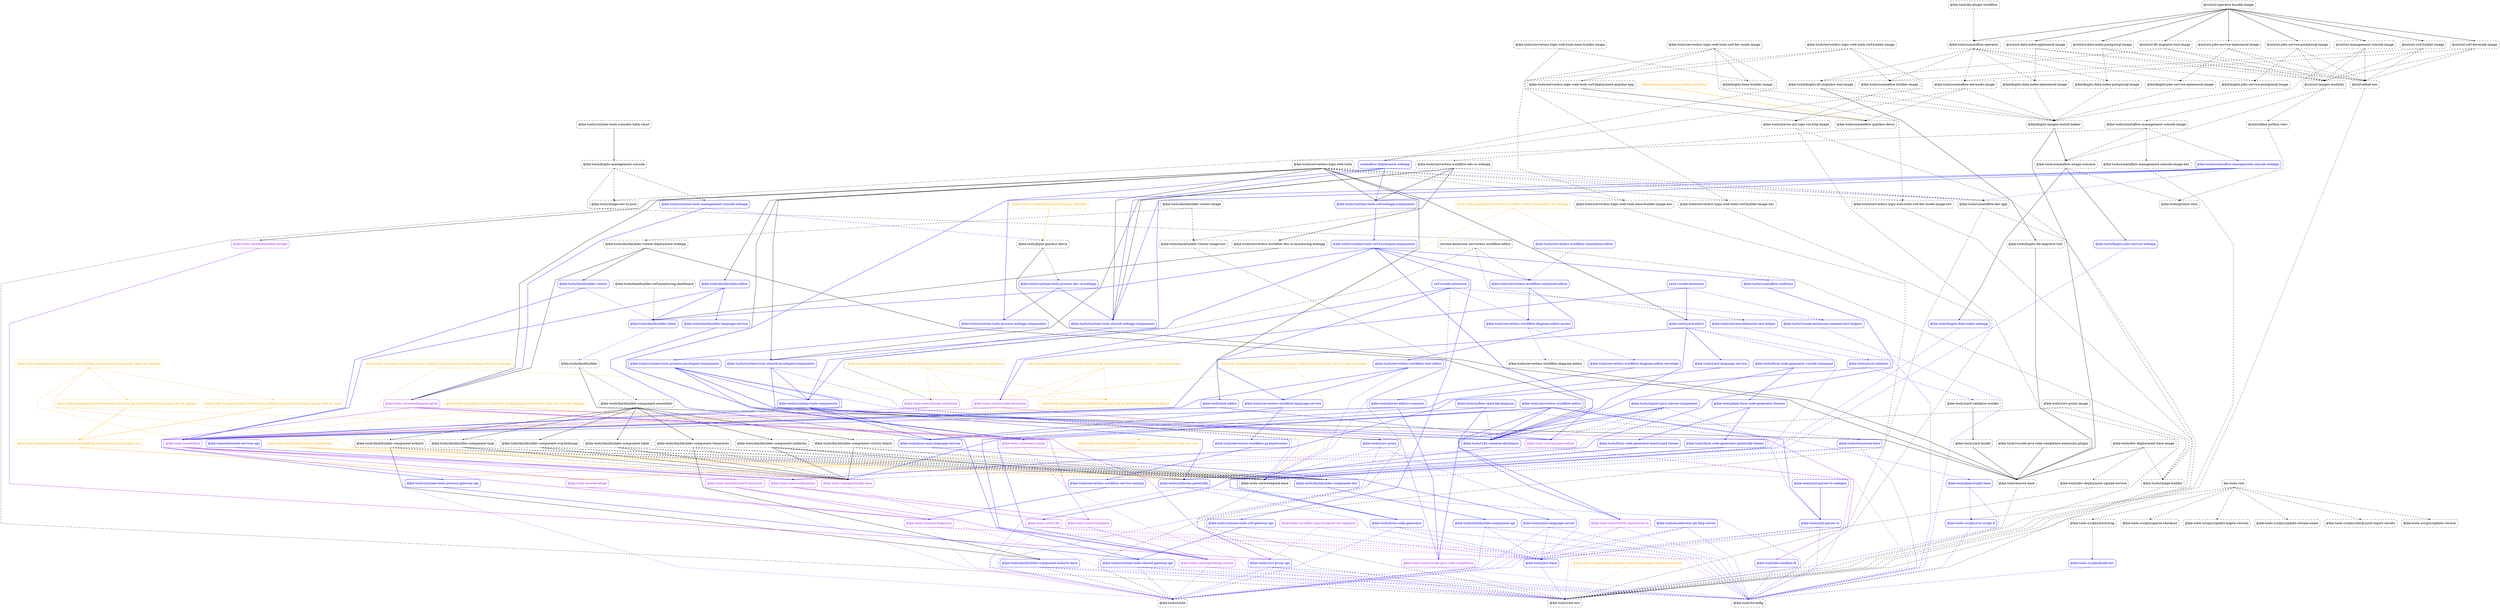
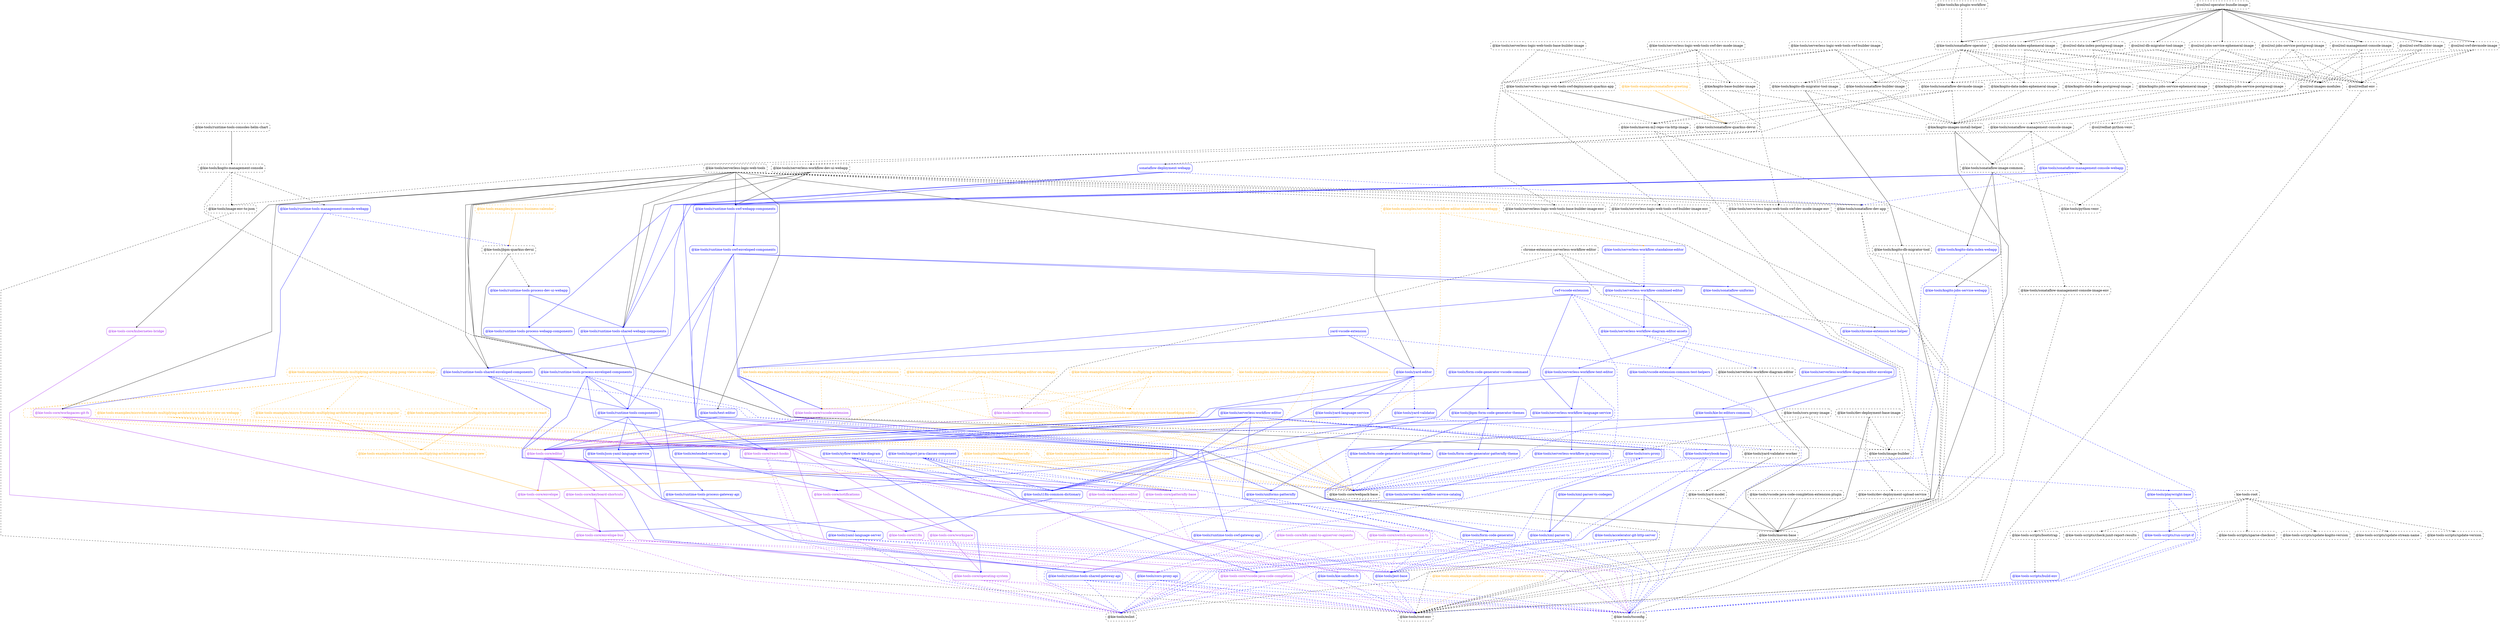
digraph G {
  graph [ ranksep =2, splines = "polyline", rankdir =TB, ordering = "out" ];
  node [ shape =box ];
  edge [ headport = "n", tailport = "s", arrowhead =dot, arrowsize =0.5 ];
  "kie-tools-root" [ color = "black", fontcolor = "black", style = "dashed, rounded" ];
  "@kie-tools-scripts/bootstrap" [ color = "black", fontcolor = "black", style = "dashed, rounded" ];
  "@kie-tools-scripts/check-junit-report-results" [ color = "black", fontcolor = "black", style = "dashed, rounded" ];
  "@kie-tools-scripts/run-script-if" [ color = "blue", fontcolor = "blue", style = "rounded" ];
  "@kie-tools-scripts/sparse-checkout" [ color = "black", fontcolor = "black", style = "dashed, rounded" ];
  "@kie-tools-scripts/update-kogito-version" [ color = "black", fontcolor = "black", style = "dashed, rounded" ];
  "@kie-tools-scripts/update-stream-name" [ color = "black", fontcolor = "black", style = "dashed, rounded" ];
  "@kie-tools-scripts/update-version" [ color = "black", fontcolor = "black", style = "dashed, rounded" ];
  "@kie-tools-examples/kie-sandbox-commit-message-validation-service" [ color = "orange", fontcolor = "orange", style = "dashed, rounded" ];
  "@kie-tools/root-env" [ color = "black", fontcolor = "black", style = "dashed, rounded" ];
  "@kie-tools-examples/micro-frontends-multiplying-architecture-base64png-editor" [ color = "orange", fontcolor = "orange", style = "dashed, rounded" ];
  "@kie-tools-core/editor" [ color = "purple", fontcolor = "purple", style = "rounded" ];
  "@kie-tools-examples/micro-frontends-multiplying-architecture-base64png-editor-chrome-extension" [ color = "orange", fontcolor = "orange", style = "dashed, rounded" ];
  "@kie-tools-core/chrome-extension" [ color = "purple", fontcolor = "purple", style = "rounded" ];
  "@kie-tools-core/webpack-base" [ color = "black", fontcolor = "black", style = "dashed, rounded" ];
  "@kie-tools-examples/micro-frontends-multiplying-architecture-base64png-editor-on-webapp" [ color = "orange", fontcolor = "orange", style = "dashed, rounded" ];
  "@kie-tools-core/react-hooks" [ color = "purple", fontcolor = "purple", style = "rounded" ];
  "kie-tools-examples-micro-frontends-multiplying-architecture-base64png-editor-vscode-extension" [ color = "orange", fontcolor = "orange", style = "dashed, rounded" ];
  "@kie-tools-core/vscode-extension" [ color = "purple", fontcolor = "purple", style = "rounded" ];
  "@kie-tools-examples/micro-frontends-multiplying-architecture-ping-pong-view" [ color = "orange", fontcolor = "orange", style = "dashed, rounded" ];
  "@kie-tools-core/envelope" [ color = "purple", fontcolor = "purple", style = "rounded" ];
  "@kie-tools-examples/micro-frontends-multiplying-architecture-ping-pong-view-in-angular" [ color = "orange", fontcolor = "orange", style = "dashed, rounded" ];
  "@kie-tools-examples/micro-frontends-multiplying-architecture-ping-pong-view-in-react" [ color = "orange", fontcolor = "orange", style = "dashed, rounded" ];
  "@kie-tools-examples/micro-frontends-multiplying-architecture-ping-pong-views-on-webapp" [ color = "orange", fontcolor = "orange", style = "dashed, rounded" ];
  "@kie-tools-examples/micro-frontends-multiplying-architecture-todo-list-view" [ color = "orange", fontcolor = "orange", style = "dashed, rounded" ];
  "@kie-tools-examples/micro-frontends-multiplying-architecture-todo-list-view-on-webapp" [ color = "orange", fontcolor = "orange", style = "dashed, rounded" ];
  "kie-tools-examples-micro-frontends-multiplying-architecture-todo-list-view-vscode-extension" [ color = "orange", fontcolor = "orange", style = "dashed, rounded" ];
  "@kie-tools-examples/process-business-calendar" [ color = "orange", fontcolor = "orange", style = "dashed, rounded" ];
  "@kie-tools/jbpm-quarkus-devui" [ color = "black", fontcolor = "black", style = "dashed, rounded" ];
  "@kie-tools-examples/serverless-workflow-editor-standalone-on-webapp" [ color = "orange", fontcolor = "orange", style = "dashed, rounded" ];
  "@kie-tools/serverless-workflow-standalone-editor" [ color = "blue", fontcolor = "blue", style = "rounded" ];
  "@kie-tools-examples/sonataflow-greeting" [ color = "orange", fontcolor = "orange", style = "dashed, rounded" ];
  "@kie-tools/sonataflow-quarkus-devui" [ color = "black", fontcolor = "black", style = "dashed, rounded" ];
  "@kie-tools-examples/uniforms-patternfly" [ color = "orange", fontcolor = "orange", style = "dashed, rounded" ];
  "@kie-tools-core/patternfly-base" [ color = "purple", fontcolor = "purple", style = "rounded" ];
  "@kie-tools/uniforms-patternfly" [ color = "blue", fontcolor = "blue", style = "rounded" ];
  "@kie-tools/accelerator-git-http-server" [ color = "blue", fontcolor = "blue", style = "rounded" ];
  "@kie-tools/eslint" [ color = "black", fontcolor = "black", style = "dashed, rounded" ];
  "@kie-tools/jest-base" [ color = "blue", fontcolor = "blue", style = "rounded" ];
  "@kie-tools/tsconfig" [ color = "black", fontcolor = "black", style = "dashed, rounded" ];
  "chrome-extension-serverless-workflow-editor" [ color = "black", fontcolor = "black", style = "dashed, rounded" ];
  "@kie-tools/chrome-extension-test-helper" [ color = "blue", fontcolor = "blue", style = "rounded" ];
  "@kie-tools/serverless-workflow-combined-editor" [ color = "blue", fontcolor = "blue", style = "rounded" ];
  "@kie-tools/cors-proxy" [ color = "blue", fontcolor = "blue", style = "rounded" ];
  "@kie-tools/cors-proxy-api" [ color = "blue", fontcolor = "blue", style = "rounded" ];
  "@kie-tools/cors-proxy-image" [ color = "black", fontcolor = "black", style = "dashed, rounded" ];
  "@kie-tools/image-builder" [ color = "black", fontcolor = "black", style = "dashed, rounded" ];
-   "@kie-tools/dashbuilder" [ color = "black", fontcolor = "black", style = "dashed, rounded" ];
+   "@kie-tools/dev-deployment-base-image" [ color = "black", fontcolor = "black", style = "dashed, rounded" ];
  "@kie-tools/maven-base" [ color = "black", fontcolor = "black", style = "dashed, rounded" ];
-   "@kie-tools/dashbuilder-component-assembler" [ color = "black", fontcolor = "black", style = "dashed, rounded" ];
-   "@kie-tools/dashbuilder-client" [ color = "blue", fontcolor = "blue", style = "rounded" ];
-   "@kie-tools/dashbuilder-component-api" [ color = "blue", fontcolor = "blue", style = "rounded" ];
-   "@kie-tools/dashbuilder-component-echarts" [ color = "black", fontcolor = "black", style = "dashed, rounded" ];
-   "@kie-tools/dashbuilder-component-map" [ color = "black", fontcolor = "black", style = "dashed, rounded" ];
-   "@kie-tools/dashbuilder-component-svg-heatmap" [ color = "black", fontcolor = "black", style = "dashed, rounded" ];
-   "@kie-tools/dashbuilder-component-table" [ color = "black", fontcolor = "black", style = "dashed, rounded" ];
-   "@kie-tools/dashbuilder-component-timeseries" [ color = "black", fontcolor = "black", style = "dashed, rounded" ];
-   "@kie-tools/dashbuilder-component-uniforms" [ color = "black", fontcolor = "black", style = "dashed, rounded" ];
-   "@kie-tools/dashbuilder-component-victory-charts" [ color = "black", fontcolor = "black", style = "dashed, rounded" ];
-   "@kie-tools/dashbuilder-component-dev" [ color = "blue", fontcolor = "blue", style = "rounded" ];
-   "@kie-tools/dashbuilder-component-echarts-base" [ color = "blue", fontcolor = "blue", style = "rounded" ];
-   "@kie-tools/dashbuilder-editor" [ color = "blue", fontcolor = "blue", style = "rounded" ];
-   "@kie-tools/dashbuilder-language-service" [ color = "blue", fontcolor = "blue", style = "rounded" ];
-   "@kie-tools/json-yaml-language-service" [ color = "blue", fontcolor = "blue", style = "rounded" ];
-   "@kie-tools/dashbuilder-swf-monitoring-dashboard" [ color = "black", fontcolor = "black", style = "dashed, rounded" ];
-   "@kie-tools/dashbuilder-viewer" [ color = "blue", fontcolor = "blue", style = "rounded" ];
-   "@kie-tools/dashbuilder-viewer-deployment-webapp" [ color = "black", fontcolor = "black", style = "dashed, rounded" ];
-   "@kie-tools-core/workspaces-git-fs" [ color = "purple", fontcolor = "purple", style = "rounded" ];
-   "@kie-tools/i18n-common-dictionary" [ color = "blue", fontcolor = "blue", style = "rounded" ];
-   "@kie-tools/dashbuilder-viewer-image" [ color = "black", fontcolor = "black", style = "dashed, rounded" ];
-   "@kie-tools/dashbuilder-viewer-image-env" [ color = "black", fontcolor = "black", style = "dashed, rounded" ];
-   "@kie-tools/dev-deployment-base-image" [ color = "black", fontcolor = "black", style = "dashed, rounded" ];
  "@kie-tools/dev-deployment-upload-service" [ color = "black", fontcolor = "black", style = "dashed, rounded" ];
  "@kie-tools-core/keyboard-shortcuts" [ color = "purple", fontcolor = "purple", style = "rounded" ];
  "@kie-tools-core/notifications" [ color = "purple", fontcolor = "purple", style = "rounded" ];
  "@kie-tools-core/envelope-bus" [ color = "purple", fontcolor = "purple", style = "rounded" ];
  "@kie-tools/extended-services-api" [ color = "blue", fontcolor = "blue", style = "rounded" ];
  "@kie-tools/form-code-generator" [ color = "blue", fontcolor = "blue", style = "rounded" ];
  "@kie-tools/form-code-generator-bootstrap4-theme" [ color = "blue", fontcolor = "blue", style = "rounded" ];
  "@kie-tools/form-code-generator-patternfly-theme" [ color = "blue", fontcolor = "blue", style = "rounded" ];
  "@kie-tools/form-code-generator-vscode-command" [ color = "blue", fontcolor = "blue", style = "rounded" ];
+   "@kie-tools/i18n-common-dictionary" [ color = "blue", fontcolor = "blue", style = "rounded" ];
  "@kie-tools/jbpm-form-code-generator-themes" [ color = "blue", fontcolor = "blue", style = "rounded" ];
  "@kie-tools-core/i18n" [ color = "purple", fontcolor = "purple", style = "rounded" ];
  "@kie-tools/image-env-to-json" [ color = "black", fontcolor = "black", style = "dashed, rounded" ];
  "@kie-tools/import-java-classes-component" [ color = "blue", fontcolor = "blue", style = "rounded" ];
  "@kie-tools-core/vscode-java-code-completion" [ color = "purple", fontcolor = "purple", style = "rounded" ];
  "@kie-tools-core/monaco-editor" [ color = "purple", fontcolor = "purple", style = "rounded" ];
  "@kie-tools/runtime-tools-process-dev-ui-webapp" [ color = "blue", fontcolor = "blue", style = "rounded" ];
+   "@kie-tools/json-yaml-language-service" [ color = "blue", fontcolor = "blue", style = "rounded" ];
  "@kie-tools/yaml-language-server" [ color = "blue", fontcolor = "blue", style = "rounded" ];
  "@kie-tools-core/k8s-yaml-to-apiserver-requests" [ color = "purple", fontcolor = "purple", style = "rounded" ];
  "@kie-tools-core/operating-system" [ color = "purple", fontcolor = "purple", style = "rounded" ];
  "@kie-tools/kie-bc-editors-common" [ color = "blue", fontcolor = "blue", style = "rounded" ];
  "@kie-tools/kie-sandbox-fs" [ color = "blue", fontcolor = "blue", style = "rounded" ];
  "@kie-tools/kn-plugin-workflow" [ color = "black", fontcolor = "black", style = "dashed, rounded" ];
  "@kie-tools/sonataflow-operator" [ color = "black", fontcolor = "black", style = "dashed, rounded" ];
  "@kie/kogito-base-builder-image" [ color = "black", fontcolor = "black", style = "dashed, rounded" ];
  "@kie/kogito-images-install-helper" [ color = "black", fontcolor = "black", style = "dashed, rounded" ];
  "@kie/kogito-data-index-ephemeral-image" [ color = "black", fontcolor = "black", style = "dashed, rounded" ];
  "@kie/kogito-data-index-postgresql-image" [ color = "black", fontcolor = "black", style = "dashed, rounded" ];
  "@kie-tools/kogito-data-index-webapp" [ color = "blue", fontcolor = "blue", style = "rounded" ];
  "@kie-tools/kogito-db-migrator-tool" [ color = "black", fontcolor = "black", style = "dashed, rounded" ];
  "@kie-tools/kogito-db-migrator-tool-image" [ color = "black", fontcolor = "black", style = "dashed, rounded" ];
  "@kie-tools/sonataflow-image-common" [ color = "black", fontcolor = "black", style = "dashed, rounded" ];
  "@kie/kogito-jobs-service-ephemeral-image" [ color = "black", fontcolor = "black", style = "dashed, rounded" ];
  "@kie/kogito-jobs-service-postgresql-image" [ color = "black", fontcolor = "black", style = "dashed, rounded" ];
  "@kie-tools/kogito-jobs-service-webapp" [ color = "blue", fontcolor = "blue", style = "rounded" ];
  "@kie-tools/kogito-management-console" [ color = "black", fontcolor = "black", style = "dashed, rounded" ];
  "@kie-tools/runtime-tools-management-console-webapp" [ color = "blue", fontcolor = "blue", style = "rounded" ];
  "@kie-tools-core/kubernetes-bridge" [ color = "purple", fontcolor = "purple", style = "rounded" ];
  "@kie-tools/maven-m2-repo-via-http-image" [ color = "black", fontcolor = "black", style = "dashed, rounded" ];
  "@kie-tools-core/workspace" [ color = "purple", fontcolor = "purple", style = "rounded" ];
  "@osl/osl-data-index-ephemeral-image" [ color = "black", fontcolor = "black", style = "dashed, rounded" ];
  "@osl/osl-images-modules" [ color = "black", fontcolor = "black", style = "dashed, rounded" ];
  "@osl/redhat-env" [ color = "black", fontcolor = "black", style = "dashed, rounded" ];
  "@osl/osl-data-index-postgresql-image" [ color = "black", fontcolor = "black", style = "dashed, rounded" ];
  "@osl/osl-db-migrator-tool-image" [ color = "black", fontcolor = "black", style = "dashed, rounded" ];
  "@osl/redhat-python-venv" [ color = "black", fontcolor = "black", style = "dashed, rounded" ];
  "@osl/osl-jobs-service-ephemeral-image" [ color = "black", fontcolor = "black", style = "dashed, rounded" ];
  "@osl/osl-jobs-service-postgresql-image" [ color = "black", fontcolor = "black", style = "dashed, rounded" ];
  "@osl/osl-management-console-image" [ color = "black", fontcolor = "black", style = "dashed, rounded" ];
  "@kie-tools/sonataflow-management-console-image" [ color = "black", fontcolor = "black", style = "dashed, rounded" ];
  "@osl/osl-operator-bundle-image" [ color = "black", fontcolor = "black", style = "dashed, rounded" ];
  "@osl/osl-swf-builder-image" [ color = "black", fontcolor = "black", style = "dashed, rounded" ];
  "@osl/osl-swf-devmode-image" [ color = "black", fontcolor = "black", style = "dashed, rounded" ];
  "@kie-tools/sonataflow-builder-image" [ color = "black", fontcolor = "black", style = "dashed, rounded" ];
  "@kie-tools/sonataflow-devmode-image" [ color = "black", fontcolor = "black", style = "dashed, rounded" ];
  "@kie-tools/playwright-base" [ color = "blue", fontcolor = "blue", style = "rounded" ];
  "@kie-tools/python-venv" [ color = "black", fontcolor = "black", style = "dashed, rounded" ];
  "@kie-tools/runtime-tools-components" [ color = "blue", fontcolor = "blue", style = "rounded" ];
  "@kie-tools/runtime-tools-shared-gateway-api" [ color = "blue", fontcolor = "blue", style = "rounded" ];
  "@kie-tools/runtime-tools-consoles-helm-chart" [ color = "black", fontcolor = "black", style = "dashed, rounded" ];
+   "@kie-tools-core/workspaces-git-fs" [ color = "purple", fontcolor = "purple", style = "rounded" ];
  "@kie-tools/runtime-tools-process-webapp-components" [ color = "blue", fontcolor = "blue", style = "rounded" ];
  "@kie-tools/runtime-tools-shared-webapp-components" [ color = "blue", fontcolor = "blue", style = "rounded" ];
  "@kie-tools/runtime-tools-process-enveloped-components" [ color = "blue", fontcolor = "blue", style = "rounded" ];
  "@kie-tools/runtime-tools-process-gateway-api" [ color = "blue", fontcolor = "blue", style = "rounded" ];
  "@kie-tools/runtime-tools-shared-enveloped-components" [ color = "blue", fontcolor = "blue", style = "rounded" ];
  "@kie-tools/runtime-tools-swf-enveloped-components" [ color = "blue", fontcolor = "blue", style = "rounded" ];
  "@kie-tools/runtime-tools-swf-gateway-api" [ color = "blue", fontcolor = "blue", style = "rounded" ];
  "@kie-tools/sonataflow-uniforms" [ color = "blue", fontcolor = "blue", style = "rounded" ];
  "@kie-tools/runtime-tools-swf-webapp-components" [ color = "blue", fontcolor = "blue", style = "rounded" ];
  "@kie-tools/serverless-logic-web-tools" [ color = "black", fontcolor = "black", style = "dashed, rounded" ];
  "@kie-tools/text-editor" [ color = "blue", fontcolor = "blue", style = "rounded" ];
  "@kie-tools/yard-editor" [ color = "blue", fontcolor = "blue", style = "rounded" ];
  "@kie-tools/serverless-logic-web-tools-base-builder-image-env" [ color = "black", fontcolor = "black", style = "dashed, rounded" ];
  "@kie-tools/serverless-logic-web-tools-swf-builder-image-env" [ color = "black", fontcolor = "black", style = "dashed, rounded" ];
  "@kie-tools/serverless-logic-web-tools-swf-dev-mode-image-env" [ color = "black", fontcolor = "black", style = "dashed, rounded" ];
  "@kie-tools/sonataflow-dev-app" [ color = "black", fontcolor = "black", style = "dashed, rounded" ];
  "@kie-tools/serverless-logic-web-tools-base-builder-image" [ color = "black", fontcolor = "black", style = "dashed, rounded" ];
  "@kie-tools/serverless-logic-web-tools-swf-builder-image" [ color = "black", fontcolor = "black", style = "dashed, rounded" ];
  "@kie-tools/serverless-logic-web-tools-swf-deployment-quarkus-app" [ color = "black", fontcolor = "black", style = "dashed, rounded" ];
  "sonataflow-deployment-webapp" [ color = "blue", fontcolor = "blue", style = "rounded" ];
  "@kie-tools/serverless-logic-web-tools-swf-dev-mode-image" [ color = "black", fontcolor = "black", style = "dashed, rounded" ];
  "@kie-tools/serverless-workflow-diagram-editor-assets" [ color = "blue", fontcolor = "blue", style = "rounded" ];
  "@kie-tools/serverless-workflow-text-editor" [ color = "blue", fontcolor = "blue", style = "rounded" ];
-   "@kie-tools/serverless-workflow-dev-ui-monitoring-webapp" [ color = "black", fontcolor = "black", style = "dashed, rounded" ];
  "@kie-tools/serverless-workflow-dev-ui-webapp" [ color = "black", fontcolor = "black", style = "dashed, rounded" ];
  "@kie-tools/serverless-workflow-diagram-editor" [ color = "black", fontcolor = "black", style = "dashed, rounded" ];
  "@kie-tools/serverless-workflow-diagram-editor-envelope" [ color = "blue", fontcolor = "blue", style = "rounded" ];
  "@kie-tools/serverless-workflow-editor" [ color = "blue", fontcolor = "blue", style = "rounded" ];
  "@kie-tools-core/switch-expression-ts" [ color = "purple", fontcolor = "purple", style = "rounded" ];
  "@kie-tools/xml-parser-ts" [ color = "blue", fontcolor = "blue", style = "rounded" ];
  "@kie-tools/storybook-base" [ color = "blue", fontcolor = "blue", style = "rounded" ];
  "@kie-tools/serverless-workflow-jq-expressions" [ color = "blue", fontcolor = "blue", style = "rounded" ];
  "@kie-tools/serverless-workflow-service-catalog" [ color = "blue", fontcolor = "blue", style = "rounded" ];
  "@kie-tools/serverless-workflow-language-service" [ color = "blue", fontcolor = "blue", style = "rounded" ];
  "swf-vscode-extension" [ color = "blue", fontcolor = "blue", style = "rounded" ];
  "@kie-tools/vscode-extension-common-test-helpers" [ color = "blue", fontcolor = "blue", style = "rounded" ];
  "@kie-tools/sonataflow-management-console-image-env" [ color = "black", fontcolor = "black", style = "dashed, rounded" ];
  "@kie-tools/sonataflow-management-console-webapp" [ color = "blue", fontcolor = "blue", style = "rounded" ];
  "@kie-tools/vscode-java-code-completion-extension-plugin" [ color = "black", fontcolor = "black", style = "dashed, rounded" ];
  "@kie-tools/xml-parser-ts-codegen" [ color = "blue", fontcolor = "blue", style = "rounded" ];
  "@kie-tools/xyflow-react-kie-diagram" [ color = "blue", fontcolor = "blue", style = "rounded" ];
  "@kie-tools/yard-language-service" [ color = "blue", fontcolor = "blue", style = "rounded" ];
  "@kie-tools/yard-validator" [ color = "blue", fontcolor = "blue", style = "rounded" ];
  "@kie-tools/yard-model" [ color = "black", fontcolor = "black", style = "dashed, rounded" ];
  "@kie-tools/yard-validator-worker" [ color = "black", fontcolor = "black", style = "dashed, rounded" ];
  "yard-vscode-extension" [ color = "blue", fontcolor = "blue", style = "rounded" ];
  "@kie-tools-scripts/build-env" [ color = "blue", fontcolor = "blue", style = "rounded" ];
  "kie-tools-root" -> "@kie-tools-scripts/bootstrap" [ style = "dashed", color = "black" ];
  "kie-tools-root" -> "@kie-tools-scripts/check-junit-report-results" [ style = "dashed", color = "black" ];
  "kie-tools-root" -> "@kie-tools-scripts/run-script-if" [ style = "dashed", color = "black" ];
  "kie-tools-root" -> "@kie-tools-scripts/sparse-checkout" [ style = "dashed", color = "black" ];
  "kie-tools-root" -> "@kie-tools-scripts/update-kogito-version" [ style = "dashed", color = "black" ];
  "kie-tools-root" -> "@kie-tools-scripts/update-stream-name" [ style = "dashed", color = "black" ];
  "kie-tools-root" -> "@kie-tools-scripts/update-version" [ style = "dashed", color = "black" ];
  "@kie-tools-examples/kie-sandbox-commit-message-validation-service" -> "@kie-tools/root-env" [ style = "dashed", color = "orange" ];
  "@kie-tools-examples/micro-frontends-multiplying-architecture-base64png-editor" -> "@kie-tools-core/editor" [ style = "solid", color = "orange" ];
  "@kie-tools-examples/micro-frontends-multiplying-architecture-base64png-editor-chrome-extension" -> "@kie-tools-core/chrome-extension" [ style = "dashed", color = "orange" ];
  "@kie-tools-examples/micro-frontends-multiplying-architecture-base64png-editor-chrome-extension" -> "@kie-tools-core/webpack-base" [ style = "dashed", color = "orange" ];
  "@kie-tools-examples/micro-frontends-multiplying-architecture-base64png-editor-chrome-extension" -> "@kie-tools-examples/micro-frontends-multiplying-architecture-base64png-editor" [ style = "dashed", color = "orange" ];
  "@kie-tools-examples/micro-frontends-multiplying-architecture-base64png-editor-on-webapp" -> "@kie-tools-core/react-hooks" [ style = "dashed", color = "orange" ];
  "@kie-tools-examples/micro-frontends-multiplying-architecture-base64png-editor-on-webapp" -> "@kie-tools-core/webpack-base" [ style = "dashed", color = "orange" ];
  "@kie-tools-examples/micro-frontends-multiplying-architecture-base64png-editor-on-webapp" -> "@kie-tools-examples/micro-frontends-multiplying-architecture-base64png-editor" [ style = "dashed", color = "orange" ];
  "kie-tools-examples-micro-frontends-multiplying-architecture-base64png-editor-vscode-extension" -> "@kie-tools-core/vscode-extension" [ style = "dashed", color = "orange" ];
  "kie-tools-examples-micro-frontends-multiplying-architecture-base64png-editor-vscode-extension" -> "@kie-tools-core/webpack-base" [ style = "dashed", color = "orange" ];
  "kie-tools-examples-micro-frontends-multiplying-architecture-base64png-editor-vscode-extension" -> "@kie-tools-examples/micro-frontends-multiplying-architecture-base64png-editor" [ style = "dashed", color = "orange" ];
  "@kie-tools-examples/micro-frontends-multiplying-architecture-ping-pong-view" -> "@kie-tools-core/envelope" [ style = "solid", color = "orange" ];
  "@kie-tools-examples/micro-frontends-multiplying-architecture-ping-pong-view-in-angular" -> "@kie-tools-examples/micro-frontends-multiplying-architecture-ping-pong-view" [ style = "solid", color = "orange" ];
  "@kie-tools-examples/micro-frontends-multiplying-architecture-ping-pong-view-in-react" -> "@kie-tools-examples/micro-frontends-multiplying-architecture-ping-pong-view" [ style = "solid", color = "orange" ];
  "@kie-tools-examples/micro-frontends-multiplying-architecture-ping-pong-views-on-webapp" -> "@kie-tools-core/editor" [ style = "dashed", color = "orange" ];
  "@kie-tools-examples/micro-frontends-multiplying-architecture-ping-pong-views-on-webapp" -> "@kie-tools-core/react-hooks" [ style = "dashed", color = "orange" ];
  "@kie-tools-examples/micro-frontends-multiplying-architecture-ping-pong-views-on-webapp" -> "@kie-tools-core/webpack-base" [ style = "dashed", color = "orange" ];
  "@kie-tools-examples/micro-frontends-multiplying-architecture-ping-pong-views-on-webapp" -> "@kie-tools-examples/micro-frontends-multiplying-architecture-ping-pong-view-in-angular" [ style = "dashed", color = "orange" ];
  "@kie-tools-examples/micro-frontends-multiplying-architecture-ping-pong-views-on-webapp" -> "@kie-tools-examples/micro-frontends-multiplying-architecture-ping-pong-view-in-react" [ style = "dashed", color = "orange" ];
  "@kie-tools-examples/micro-frontends-multiplying-architecture-todo-list-view" -> "@kie-tools-core/envelope" [ style = "solid", color = "orange" ];
  "@kie-tools-examples/micro-frontends-multiplying-architecture-todo-list-view-on-webapp" -> "@kie-tools-core/editor" [ style = "dashed", color = "orange" ];
  "@kie-tools-examples/micro-frontends-multiplying-architecture-todo-list-view-on-webapp" -> "@kie-tools-core/react-hooks" [ style = "dashed", color = "orange" ];
  "@kie-tools-examples/micro-frontends-multiplying-architecture-todo-list-view-on-webapp" -> "@kie-tools-core/webpack-base" [ style = "dashed", color = "orange" ];
  "@kie-tools-examples/micro-frontends-multiplying-architecture-todo-list-view-on-webapp" -> "@kie-tools-examples/micro-frontends-multiplying-architecture-todo-list-view" [ style = "dashed", color = "orange" ];
  "kie-tools-examples-micro-frontends-multiplying-architecture-todo-list-view-vscode-extension" -> "@kie-tools-core/vscode-extension" [ style = "dashed", color = "orange" ];
  "kie-tools-examples-micro-frontends-multiplying-architecture-todo-list-view-vscode-extension" -> "@kie-tools-core/webpack-base" [ style = "dashed", color = "orange" ];
  "kie-tools-examples-micro-frontends-multiplying-architecture-todo-list-view-vscode-extension" -> "@kie-tools-examples/micro-frontends-multiplying-architecture-todo-list-view" [ style = "dashed", color = "orange" ];
  "@kie-tools-examples/process-business-calendar" -> "@kie-tools/jbpm-quarkus-devui" [ style = "solid", color = "orange" ];
  "@kie-tools-examples/serverless-workflow-editor-standalone-on-webapp" -> "@kie-tools-core/react-hooks" [ style = "dashed", color = "orange" ];
  "@kie-tools-examples/serverless-workflow-editor-standalone-on-webapp" -> "@kie-tools/serverless-workflow-standalone-editor" [ style = "dashed", color = "orange" ];
  "@kie-tools-examples/sonataflow-greeting" -> "@kie-tools/sonataflow-quarkus-devui" [ style = "solid", color = "orange" ];
  "@kie-tools-examples/uniforms-patternfly" -> "@kie-tools-core/patternfly-base" [ style = "solid", color = "orange" ];
  "@kie-tools-examples/uniforms-patternfly" -> "@kie-tools/uniforms-patternfly" [ style = "solid", color = "orange" ];
  "@kie-tools-examples/uniforms-patternfly" -> "@kie-tools-core/webpack-base" [ style = "dashed", color = "orange" ];
  "@kie-tools/accelerator-git-http-server" -> "@kie-tools/eslint" [ style = "dashed", color = "blue" ];
  "@kie-tools/accelerator-git-http-server" -> "@kie-tools/jest-base" [ style = "dashed", color = "blue" ];
  "@kie-tools/accelerator-git-http-server" -> "@kie-tools/tsconfig" [ style = "dashed", color = "blue" ];
  "@kie-tools-core/chrome-extension" -> "@kie-tools-core/editor" [ style = "solid", color = "purple" ];
  "chrome-extension-serverless-workflow-editor" -> "@kie-tools-core/chrome-extension" [ style = "dashed", color = "black" ];
  "chrome-extension-serverless-workflow-editor" -> "@kie-tools/chrome-extension-test-helper" [ style = "dashed", color = "black" ];
  "chrome-extension-serverless-workflow-editor" -> "@kie-tools/serverless-workflow-combined-editor" [ style = "dashed", color = "black" ];
  "@kie-tools/chrome-extension-test-helper" -> "@kie-tools/tsconfig" [ style = "dashed", color = "blue" ];
  "@kie-tools/cors-proxy" -> "@kie-tools-core/webpack-base" [ style = "dashed", color = "blue" ];
  "@kie-tools/cors-proxy" -> "@kie-tools/cors-proxy-api" [ style = "dashed", color = "blue" ];
  "@kie-tools/cors-proxy" -> "@kie-tools/jest-base" [ style = "dashed", color = "blue" ];
  "@kie-tools/cors-proxy-api" -> "@kie-tools/eslint" [ style = "dashed", color = "blue" ];
  "@kie-tools/cors-proxy-api" -> "@kie-tools/root-env" [ style = "dashed", color = "blue" ];
  "@kie-tools/cors-proxy-api" -> "@kie-tools/tsconfig" [ style = "dashed", color = "blue" ];
  "@kie-tools/cors-proxy-image" -> "@kie-tools/cors-proxy" [ style = "dashed", color = "black" ];
  "@kie-tools/cors-proxy-image" -> "@kie-tools/image-builder" [ style = "dashed", color = "black" ];
-   "@kie-tools/dashbuilder" -> "@kie-tools/maven-base" [ style = "solid", color = "black" ];
-   "@kie-tools/dashbuilder" -> "@kie-tools/dashbuilder-component-assembler" [ style = "dashed", color = "black" ];
-   "@kie-tools/dashbuilder-client" -> "@kie-tools/dashbuilder" [ style = "dashed", color = "blue" ];
-   "@kie-tools/dashbuilder-component-api" -> "@kie-tools/eslint" [ style = "dashed", color = "blue" ];
-   "@kie-tools/dashbuilder-component-api" -> "@kie-tools/jest-base" [ style = "dashed", color = "blue" ];
-   "@kie-tools/dashbuilder-component-api" -> "@kie-tools/tsconfig" [ style = "dashed", color = "blue" ];
-   "@kie-tools/dashbuilder-component-assembler" -> "@kie-tools/dashbuilder-component-echarts" [ style = "solid", color = "black" ];
-   "@kie-tools/dashbuilder-component-assembler" -> "@kie-tools/dashbuilder-component-map" [ style = "solid", color = "black" ];
-   "@kie-tools/dashbuilder-component-assembler" -> "@kie-tools/dashbuilder-component-svg-heatmap" [ style = "solid", color = "black" ];
-   "@kie-tools/dashbuilder-component-assembler" -> "@kie-tools/dashbuilder-component-table" [ style = "solid", color = "black" ];
-   "@kie-tools/dashbuilder-component-assembler" -> "@kie-tools/dashbuilder-component-timeseries" [ style = "solid", color = "black" ];
-   "@kie-tools/dashbuilder-component-assembler" -> "@kie-tools/dashbuilder-component-uniforms" [ style = "solid", color = "black" ];
-   "@kie-tools/dashbuilder-component-assembler" -> "@kie-tools/dashbuilder-component-victory-charts" [ style = "solid", color = "black" ];
-   "@kie-tools/dashbuilder-component-dev" -> "@kie-tools/dashbuilder-component-api" [ style = "solid", color = "blue" ];
-   "@kie-tools/dashbuilder-component-echarts" -> "@kie-tools/dashbuilder-component-echarts-base" [ style = "solid", color = "black" ];
-   "@kie-tools/dashbuilder-component-echarts" -> "@kie-tools-core/patternfly-base" [ style = "dashed", color = "black" ];
-   "@kie-tools/dashbuilder-component-echarts" -> "@kie-tools-core/webpack-base" [ style = "dashed", color = "black" ];
-   "@kie-tools/dashbuilder-component-echarts" -> "@kie-tools/dashbuilder-component-dev" [ style = "dashed", color = "black" ];
-   "@kie-tools/dashbuilder-component-echarts-base" -> "@kie-tools/eslint" [ style = "dashed", color = "blue" ];
-   "@kie-tools/dashbuilder-component-echarts-base" -> "@kie-tools/root-env" [ style = "dashed", color = "blue" ];
-   "@kie-tools/dashbuilder-component-echarts-base" -> "@kie-tools/tsconfig" [ style = "dashed", color = "blue" ];
-   "@kie-tools/dashbuilder-component-map" -> "@kie-tools-core/patternfly-base" [ style = "solid", color = "black" ];
-   "@kie-tools/dashbuilder-component-map" -> "@kie-tools-core/webpack-base" [ style = "dashed", color = "black" ];
-   "@kie-tools/dashbuilder-component-map" -> "@kie-tools/dashbuilder-component-dev" [ style = "dashed", color = "black" ];
-   "@kie-tools/dashbuilder-component-svg-heatmap" -> "@kie-tools-core/patternfly-base" [ style = "solid", color = "black" ];
-   "@kie-tools/dashbuilder-component-svg-heatmap" -> "@kie-tools-core/webpack-base" [ style = "dashed", color = "black" ];
-   "@kie-tools/dashbuilder-component-svg-heatmap" -> "@kie-tools/dashbuilder-component-dev" [ style = "dashed", color = "black" ];
-   "@kie-tools/dashbuilder-component-table" -> "@kie-tools-core/patternfly-base" [ style = "solid", color = "black" ];
-   "@kie-tools/dashbuilder-component-table" -> "@kie-tools-core/webpack-base" [ style = "dashed", color = "black" ];
-   "@kie-tools/dashbuilder-component-table" -> "@kie-tools/dashbuilder-component-dev" [ style = "dashed", color = "black" ];
-   "@kie-tools/dashbuilder-component-timeseries" -> "@kie-tools/dashbuilder-component-echarts-base" [ style = "solid", color = "black" ];
-   "@kie-tools/dashbuilder-component-timeseries" -> "@kie-tools-core/patternfly-base" [ style = "dashed", color = "black" ];
-   "@kie-tools/dashbuilder-component-timeseries" -> "@kie-tools-core/webpack-base" [ style = "dashed", color = "black" ];
-   "@kie-tools/dashbuilder-component-timeseries" -> "@kie-tools/dashbuilder-component-dev" [ style = "dashed", color = "black" ];
-   "@kie-tools/dashbuilder-component-uniforms" -> "@kie-tools-core/patternfly-base" [ style = "solid", color = "black" ];
-   "@kie-tools/dashbuilder-component-uniforms" -> "@kie-tools/uniforms-patternfly" [ style = "solid", color = "black" ];
-   "@kie-tools/dashbuilder-component-uniforms" -> "@kie-tools-core/webpack-base" [ style = "dashed", color = "black" ];
-   "@kie-tools/dashbuilder-component-uniforms" -> "@kie-tools/dashbuilder-component-dev" [ style = "dashed", color = "black" ];
-   "@kie-tools/dashbuilder-component-victory-charts" -> "@kie-tools-core/patternfly-base" [ style = "solid", color = "black" ];
-   "@kie-tools/dashbuilder-component-victory-charts" -> "@kie-tools-core/webpack-base" [ style = "dashed", color = "black" ];
-   "@kie-tools/dashbuilder-component-victory-charts" -> "@kie-tools/dashbuilder-component-dev" [ style = "dashed", color = "black" ];
-   "@kie-tools/dashbuilder-editor" -> "@kie-tools-core/editor" [ style = "solid", color = "blue" ];
-   "@kie-tools/dashbuilder-editor" -> "@kie-tools/dashbuilder-client" [ style = "solid", color = "blue" ];
-   "@kie-tools/dashbuilder-editor" -> "@kie-tools/dashbuilder-language-service" [ style = "solid", color = "blue" ];
-   "@kie-tools/dashbuilder-language-service" -> "@kie-tools/json-yaml-language-service" [ style = "solid", color = "blue" ];
-   "@kie-tools/dashbuilder-swf-monitoring-dashboard" -> "@kie-tools/dashbuilder-client" [ style = "dashed", color = "black" ];
-   "@kie-tools/dashbuilder-viewer" -> "@kie-tools-core/editor" [ style = "solid", color = "blue" ];
-   "@kie-tools/dashbuilder-viewer" -> "@kie-tools/dashbuilder-client" [ style = "dashed", color = "blue" ];
-   "@kie-tools/dashbuilder-viewer-deployment-webapp" -> "@kie-tools-core/workspaces-git-fs" [ style = "solid", color = "black" ];
-   "@kie-tools/dashbuilder-viewer-deployment-webapp" -> "@kie-tools/dashbuilder-viewer" [ style = "solid", color = "black" ];
-   "@kie-tools/dashbuilder-viewer-deployment-webapp" -> "@kie-tools/i18n-common-dictionary" [ style = "solid", color = "black" ];
-   "@kie-tools/dashbuilder-viewer-image" -> "@kie-tools/dashbuilder-viewer-deployment-webapp" [ style = "dashed", color = "black" ];
-   "@kie-tools/dashbuilder-viewer-image" -> "@kie-tools/dashbuilder-viewer-image-env" [ style = "dashed", color = "black" ];
-   "@kie-tools/dashbuilder-viewer-image-env" -> "@kie-tools/root-env" [ style = "dashed", color = "black" ];
  "@kie-tools/dev-deployment-base-image" -> "@kie-tools/maven-base" [ style = "solid", color = "black" ];
  "@kie-tools/dev-deployment-base-image" -> "@kie-tools/dev-deployment-upload-service" [ style = "dashed", color = "black" ];
  "@kie-tools/dev-deployment-base-image" -> "@kie-tools/image-builder" [ style = "dashed", color = "black" ];
  "@kie-tools/dev-deployment-upload-service" -> "@kie-tools/jest-base" [ style = "dashed", color = "black" ];
  "@kie-tools-core/editor" -> "@kie-tools-core/envelope" [ style = "solid", color = "purple" ];
  "@kie-tools-core/editor" -> "@kie-tools-core/keyboard-shortcuts" [ style = "solid", color = "purple" ];
  "@kie-tools-core/editor" -> "@kie-tools-core/notifications" [ style = "solid", color = "purple" ];
  "@kie-tools-core/editor" -> "@kie-tools-core/patternfly-base" [ style = "solid", color = "purple" ];
  "@kie-tools-core/envelope" -> "@kie-tools-core/envelope-bus" [ style = "solid", color = "purple" ];
  "@kie-tools-core/envelope-bus" -> "@kie-tools/eslint" [ style = "dashed", color = "purple" ];
  "@kie-tools-core/envelope-bus" -> "@kie-tools/jest-base" [ style = "dashed", color = "purple" ];
  "@kie-tools-core/envelope-bus" -> "@kie-tools/tsconfig" [ style = "dashed", color = "purple" ];
  "@kie-tools/extended-services-api" -> "@kie-tools-core/notifications" [ style = "solid", color = "blue" ];
  "@kie-tools/form-code-generator" -> "@kie-tools/eslint" [ style = "dashed", color = "blue" ];
  "@kie-tools/form-code-generator" -> "@kie-tools/jest-base" [ style = "dashed", color = "blue" ];
  "@kie-tools/form-code-generator" -> "@kie-tools/tsconfig" [ style = "dashed", color = "blue" ];
  "@kie-tools/form-code-generator-bootstrap4-theme" -> "@kie-tools/form-code-generator" [ style = "solid", color = "blue" ];
  "@kie-tools/form-code-generator-bootstrap4-theme" -> "@kie-tools-core/webpack-base" [ style = "dashed", color = "blue" ];
  "@kie-tools/form-code-generator-patternfly-theme" -> "@kie-tools/form-code-generator" [ style = "solid", color = "blue" ];
  "@kie-tools/form-code-generator-patternfly-theme" -> "@kie-tools-core/webpack-base" [ style = "dashed", color = "blue" ];
  "@kie-tools/form-code-generator-vscode-command" -> "@kie-tools/i18n-common-dictionary" [ style = "solid", color = "blue" ];
  "@kie-tools/form-code-generator-vscode-command" -> "@kie-tools/jbpm-form-code-generator-themes" [ style = "solid", color = "blue" ];
  "@kie-tools-core/i18n" -> "@kie-tools/eslint" [ style = "dashed", color = "purple" ];
  "@kie-tools-core/i18n" -> "@kie-tools/jest-base" [ style = "dashed", color = "purple" ];
  "@kie-tools-core/i18n" -> "@kie-tools/tsconfig" [ style = "dashed", color = "purple" ];
  "@kie-tools/i18n-common-dictionary" -> "@kie-tools-core/i18n" [ style = "solid", color = "blue" ];
  "@kie-tools/image-builder" -> "@kie-tools/tsconfig" [ style = "dashed", color = "black" ];
  "@kie-tools/image-env-to-json" -> "@kie-tools/root-env" [ style = "dashed", color = "black" ];
  "@kie-tools/import-java-classes-component" -> "@kie-tools-core/vscode-java-code-completion" [ style = "solid", color = "blue" ];
  "@kie-tools/import-java-classes-component" -> "@kie-tools/i18n-common-dictionary" [ style = "solid", color = "blue" ];
  "@kie-tools/import-java-classes-component" -> "@kie-tools-core/monaco-editor" [ style = "dashed", color = "blue" ];
  "@kie-tools/import-java-classes-component" -> "@kie-tools-core/patternfly-base" [ style = "dashed", color = "blue" ];
  "@kie-tools/import-java-classes-component" -> "@kie-tools-core/webpack-base" [ style = "dashed", color = "blue" ];
  "@kie-tools/jbpm-form-code-generator-themes" -> "@kie-tools/form-code-generator-bootstrap4-theme" [ style = "solid", color = "blue" ];
  "@kie-tools/jbpm-form-code-generator-themes" -> "@kie-tools/form-code-generator-patternfly-theme" [ style = "solid", color = "blue" ];
  "@kie-tools/jbpm-quarkus-devui" -> "@kie-tools/maven-base" [ style = "solid", color = "black" ];
  "@kie-tools/jbpm-quarkus-devui" -> "@kie-tools/runtime-tools-process-dev-ui-webapp" [ style = "dashed", color = "black" ];
  "@kie-tools/jest-base" -> "@kie-tools/root-env" [ style = "dashed", color = "blue" ];
  "@kie-tools/json-yaml-language-service" -> "@kie-tools/yaml-language-server" [ style = "solid", color = "blue" ];
  "@kie-tools-core/k8s-yaml-to-apiserver-requests" -> "@kie-tools/cors-proxy-api" [ style = "dashed", color = "purple" ];
  "@kie-tools-core/k8s-yaml-to-apiserver-requests" -> "@kie-tools/jest-base" [ style = "dashed", color = "purple" ];
  "@kie-tools-core/keyboard-shortcuts" -> "@kie-tools-core/envelope-bus" [ style = "solid", color = "purple" ];
  "@kie-tools-core/keyboard-shortcuts" -> "@kie-tools-core/operating-system" [ style = "solid", color = "purple" ];
  "@kie-tools/kie-bc-editors-common" -> "@kie-tools-core/editor" [ style = "solid", color = "blue" ];
  "@kie-tools/kie-bc-editors-common" -> "@kie-tools-core/vscode-java-code-completion" [ style = "solid", color = "blue" ];
  "@kie-tools/kie-sandbox-fs" -> "@kie-tools/root-env" [ style = "dashed", color = "blue" ];
  "@kie-tools/kie-sandbox-fs" -> "@kie-tools/tsconfig" [ style = "dashed", color = "blue" ];
  "@kie-tools/kn-plugin-workflow" -> "@kie-tools/sonataflow-operator" [ style = "dashed", color = "black" ];
  "@kie/kogito-base-builder-image" -> "@kie/kogito-images-install-helper" [ style = "dashed", color = "black" ];
  "@kie/kogito-data-index-ephemeral-image" -> "@kie/kogito-images-install-helper" [ style = "dashed", color = "black" ];
  "@kie/kogito-data-index-postgresql-image" -> "@kie/kogito-images-install-helper" [ style = "dashed", color = "black" ];
  "@kie-tools/kogito-data-index-webapp" -> "@kie-tools-core/webpack-base" [ style = "dashed", color = "blue" ];
  "@kie-tools/kogito-db-migrator-tool" -> "@kie-tools/maven-base" [ style = "solid", color = "black" ];
  "@kie-tools/kogito-db-migrator-tool-image" -> "@kie-tools/kogito-db-migrator-tool" [ style = "solid", color = "black" ];
  "@kie-tools/kogito-db-migrator-tool-image" -> "@kie/kogito-images-install-helper" [ style = "dashed", color = "black" ];
  "@kie/kogito-images-install-helper" -> "@kie-tools/maven-base" [ style = "solid", color = "black" ];
  "@kie/kogito-images-install-helper" -> "@kie-tools/sonataflow-image-common" [ style = "solid", color = "black" ];
  "@kie/kogito-jobs-service-ephemeral-image" -> "@kie/kogito-images-install-helper" [ style = "dashed", color = "black" ];
  "@kie/kogito-jobs-service-postgresql-image" -> "@kie/kogito-images-install-helper" [ style = "dashed", color = "black" ];
  "@kie-tools/kogito-jobs-service-webapp" -> "@kie-tools-core/webpack-base" [ style = "dashed", color = "blue" ];
  "@kie-tools/kogito-management-console" -> "@kie-tools/image-builder" [ style = "dashed", color = "black" ];
  "@kie-tools/kogito-management-console" -> "@kie-tools/image-env-to-json" [ style = "dashed", color = "black" ];
  "@kie-tools/kogito-management-console" -> "@kie-tools/runtime-tools-management-console-webapp" [ style = "dashed", color = "black" ];
  "@kie-tools-core/kubernetes-bridge" -> "@kie-tools/cors-proxy-api" [ style = "solid", color = "purple" ];
  "@kie-tools/maven-base" -> "@kie-tools/root-env" [ style = "dashed", color = "black" ];
  "@kie-tools/maven-m2-repo-via-http-image" -> "@kie-tools/image-builder" [ style = "dashed", color = "black" ];
  "@kie-tools/maven-m2-repo-via-http-image" -> "@kie-tools/root-env" [ style = "dashed", color = "black" ];
  "@kie-tools-core/monaco-editor" -> "@kie-tools/eslint" [ style = "dashed", color = "purple" ];
  "@kie-tools-core/monaco-editor" -> "@kie-tools/root-env" [ style = "dashed", color = "purple" ];
  "@kie-tools-core/monaco-editor" -> "@kie-tools/tsconfig" [ style = "dashed", color = "purple" ];
  "@kie-tools-core/notifications" -> "@kie-tools-core/i18n" [ style = "solid", color = "purple" ];
  "@kie-tools-core/notifications" -> "@kie-tools-core/workspace" [ style = "solid", color = "purple" ];
  "@kie-tools-core/operating-system" -> "@kie-tools/eslint" [ style = "dashed", color = "purple" ];
  "@kie-tools-core/operating-system" -> "@kie-tools/root-env" [ style = "dashed", color = "purple" ];
  "@kie-tools-core/operating-system" -> "@kie-tools/tsconfig" [ style = "dashed", color = "purple" ];
  "@osl/osl-data-index-ephemeral-image" -> "@kie/kogito-data-index-ephemeral-image" [ style = "dashed", color = "black" ];
  "@osl/osl-data-index-ephemeral-image" -> "@osl/osl-images-modules" [ style = "dashed", color = "black" ];
  "@osl/osl-data-index-ephemeral-image" -> "@osl/redhat-env" [ style = "dashed", color = "black" ];
  "@osl/osl-data-index-postgresql-image" -> "@kie/kogito-data-index-postgresql-image" [ style = "dashed", color = "black" ];
  "@osl/osl-data-index-postgresql-image" -> "@osl/osl-images-modules" [ style = "dashed", color = "black" ];
  "@osl/osl-data-index-postgresql-image" -> "@osl/redhat-env" [ style = "dashed", color = "black" ];
  "@osl/osl-db-migrator-tool-image" -> "@kie-tools/kogito-db-migrator-tool-image" [ style = "dashed", color = "black" ];
  "@osl/osl-db-migrator-tool-image" -> "@osl/osl-images-modules" [ style = "dashed", color = "black" ];
  "@osl/osl-db-migrator-tool-image" -> "@osl/redhat-env" [ style = "dashed", color = "black" ];
  "@osl/osl-images-modules" -> "@kie-tools/sonataflow-image-common" [ style = "dashed", color = "black" ];
  "@osl/osl-images-modules" -> "@osl/redhat-python-venv" [ style = "dashed", color = "black" ];
  "@osl/osl-jobs-service-ephemeral-image" -> "@kie/kogito-jobs-service-ephemeral-image" [ style = "dashed", color = "black" ];
  "@osl/osl-jobs-service-ephemeral-image" -> "@osl/osl-images-modules" [ style = "dashed", color = "black" ];
  "@osl/osl-jobs-service-ephemeral-image" -> "@osl/redhat-env" [ style = "dashed", color = "black" ];
  "@osl/osl-jobs-service-postgresql-image" -> "@kie/kogito-jobs-service-postgresql-image" [ style = "dashed", color = "black" ];
  "@osl/osl-jobs-service-postgresql-image" -> "@osl/osl-images-modules" [ style = "dashed", color = "black" ];
  "@osl/osl-jobs-service-postgresql-image" -> "@osl/redhat-env" [ style = "dashed", color = "black" ];
  "@osl/osl-management-console-image" -> "@kie-tools/sonataflow-management-console-image" [ style = "dashed", color = "black" ];
  "@osl/osl-management-console-image" -> "@osl/osl-images-modules" [ style = "dashed", color = "black" ];
  "@osl/osl-management-console-image" -> "@osl/redhat-env" [ style = "dashed", color = "black" ];
  "@osl/osl-operator-bundle-image" -> "@kie-tools/sonataflow-operator" [ style = "solid", color = "black" ];
  "@osl/osl-operator-bundle-image" -> "@osl/osl-data-index-ephemeral-image" [ style = "solid", color = "black" ];
  "@osl/osl-operator-bundle-image" -> "@osl/osl-data-index-postgresql-image" [ style = "solid", color = "black" ];
  "@osl/osl-operator-bundle-image" -> "@osl/osl-db-migrator-tool-image" [ style = "solid", color = "black" ];
  "@osl/osl-operator-bundle-image" -> "@osl/osl-jobs-service-ephemeral-image" [ style = "solid", color = "black" ];
  "@osl/osl-operator-bundle-image" -> "@osl/osl-jobs-service-postgresql-image" [ style = "solid", color = "black" ];
  "@osl/osl-operator-bundle-image" -> "@osl/osl-management-console-image" [ style = "solid", color = "black" ];
  "@osl/osl-operator-bundle-image" -> "@osl/osl-swf-builder-image" [ style = "solid", color = "black" ];
  "@osl/osl-operator-bundle-image" -> "@osl/osl-swf-devmode-image" [ style = "solid", color = "black" ];
  "@osl/osl-swf-builder-image" -> "@kie-tools/sonataflow-builder-image" [ style = "dashed", color = "black" ];
  "@osl/osl-swf-builder-image" -> "@osl/osl-images-modules" [ style = "dashed", color = "black" ];
  "@osl/osl-swf-builder-image" -> "@osl/redhat-env" [ style = "dashed", color = "black" ];
  "@osl/osl-swf-devmode-image" -> "@kie-tools/sonataflow-devmode-image" [ style = "dashed", color = "black" ];
  "@osl/osl-swf-devmode-image" -> "@osl/osl-images-modules" [ style = "dashed", color = "black" ];
  "@osl/osl-swf-devmode-image" -> "@osl/redhat-env" [ style = "dashed", color = "black" ];
  "@kie-tools-core/patternfly-base" -> "@kie-tools/root-env" [ style = "dashed", color = "purple" ];
  "@kie-tools/playwright-base" -> "@kie-tools-scripts/run-script-if" [ style = "dashed", color = "blue" ];
  "@kie-tools/playwright-base" -> "@kie-tools/root-env" [ style = "dashed", color = "blue" ];
  "@kie-tools-core/react-hooks" -> "@kie-tools/eslint" [ style = "dashed", color = "purple" ];
  "@kie-tools-core/react-hooks" -> "@kie-tools/root-env" [ style = "dashed", color = "purple" ];
  "@kie-tools-core/react-hooks" -> "@kie-tools/tsconfig" [ style = "dashed", color = "purple" ];
  "@osl/redhat-env" -> "@kie-tools/root-env" [ style = "dashed", color = "black" ];
  "@osl/redhat-python-venv" -> "@kie-tools/python-venv" [ style = "dashed", color = "black" ];
  "@kie-tools/runtime-tools-components" -> "@kie-tools-core/editor" [ style = "solid", color = "blue" ];
  "@kie-tools/runtime-tools-components" -> "@kie-tools/json-yaml-language-service" [ style = "solid", color = "blue" ];
  "@kie-tools/runtime-tools-components" -> "@kie-tools/runtime-tools-shared-gateway-api" [ style = "solid", color = "blue" ];
  "@kie-tools/runtime-tools-components" -> "@kie-tools/uniforms-patternfly" [ style = "solid", color = "blue" ];
  "@kie-tools/runtime-tools-consoles-helm-chart" -> "@kie-tools/kogito-management-console" [ style = "solid", color = "black" ];
  "@kie-tools/runtime-tools-management-console-webapp" -> "@kie-tools-core/workspaces-git-fs" [ style = "solid", color = "blue" ];
  "@kie-tools/runtime-tools-management-console-webapp" -> "@kie-tools/jbpm-quarkus-devui" [ style = "dashed", color = "blue" ];
  "@kie-tools/runtime-tools-process-dev-ui-webapp" -> "@kie-tools/runtime-tools-process-webapp-components" [ style = "solid", color = "blue" ];
  "@kie-tools/runtime-tools-process-dev-ui-webapp" -> "@kie-tools/runtime-tools-shared-webapp-components" [ style = "solid", color = "blue" ];
  "@kie-tools/runtime-tools-process-enveloped-components" -> "@kie-tools-core/monaco-editor" [ style = "solid", color = "blue" ];
  "@kie-tools/runtime-tools-process-enveloped-components" -> "@kie-tools-core/react-hooks" [ style = "solid", color = "blue" ];
  "@kie-tools/runtime-tools-process-enveloped-components" -> "@kie-tools/i18n-common-dictionary" [ style = "solid", color = "blue" ];
  "@kie-tools/runtime-tools-process-enveloped-components" -> "@kie-tools/runtime-tools-components" [ style = "solid", color = "blue" ];
  "@kie-tools/runtime-tools-process-enveloped-components" -> "@kie-tools/runtime-tools-process-gateway-api" [ style = "solid", color = "blue" ];
  "@kie-tools/runtime-tools-process-enveloped-components" -> "@kie-tools-core/webpack-base" [ style = "dashed", color = "blue" ];
  "@kie-tools/runtime-tools-process-gateway-api" -> "@kie-tools/runtime-tools-shared-gateway-api" [ style = "solid", color = "blue" ];
  "@kie-tools/runtime-tools-process-webapp-components" -> "@kie-tools/runtime-tools-process-enveloped-components" [ style = "solid", color = "blue" ];
  "@kie-tools/runtime-tools-shared-enveloped-components" -> "@kie-tools-core/monaco-editor" [ style = "solid", color = "blue" ];
  "@kie-tools/runtime-tools-shared-enveloped-components" -> "@kie-tools/i18n-common-dictionary" [ style = "solid", color = "blue" ];
  "@kie-tools/runtime-tools-shared-enveloped-components" -> "@kie-tools/runtime-tools-components" [ style = "solid", color = "blue" ];
  "@kie-tools/runtime-tools-shared-enveloped-components" -> "@kie-tools-core/webpack-base" [ style = "dashed", color = "blue" ];
  "@kie-tools/runtime-tools-shared-gateway-api" -> "@kie-tools/eslint" [ style = "dashed", color = "blue" ];
  "@kie-tools/runtime-tools-shared-gateway-api" -> "@kie-tools/root-env" [ style = "dashed", color = "blue" ];
  "@kie-tools/runtime-tools-shared-gateway-api" -> "@kie-tools/tsconfig" [ style = "dashed", color = "blue" ];
  "@kie-tools/runtime-tools-shared-webapp-components" -> "@kie-tools/runtime-tools-components" [ style = "solid", color = "blue" ];
  "@kie-tools/runtime-tools-swf-enveloped-components" -> "@kie-tools-core/monaco-editor" [ style = "solid", color = "blue" ];
-   "@kie-tools/runtime-tools-swf-enveloped-components" -> "@kie-tools/dashbuilder-client" [ style = "solid", color = "blue" ];
  "@kie-tools/runtime-tools-swf-enveloped-components" -> "@kie-tools/i18n-common-dictionary" [ style = "solid", color = "blue" ];
  "@kie-tools/runtime-tools-swf-enveloped-components" -> "@kie-tools/runtime-tools-components" [ style = "solid", color = "blue" ];
  "@kie-tools/runtime-tools-swf-enveloped-components" -> "@kie-tools/runtime-tools-swf-gateway-api" [ style = "solid", color = "blue" ];
  "@kie-tools/runtime-tools-swf-enveloped-components" -> "@kie-tools/serverless-workflow-combined-editor" [ style = "solid", color = "blue" ];
  "@kie-tools/runtime-tools-swf-enveloped-components" -> "@kie-tools/sonataflow-uniforms" [ style = "solid", color = "blue" ];
  "@kie-tools/runtime-tools-swf-gateway-api" -> "@kie-tools/runtime-tools-shared-gateway-api" [ style = "solid", color = "blue" ];
  "@kie-tools/runtime-tools-swf-gateway-api" -> "@kie-tools/jest-base" [ style = "dashed", color = "blue" ];
  "@kie-tools/runtime-tools-swf-webapp-components" -> "@kie-tools/runtime-tools-swf-enveloped-components" [ style = "solid", color = "blue" ];
  "@kie-tools/serverless-logic-web-tools" -> "@kie-tools-core/kubernetes-bridge" [ style = "solid", color = "black" ];
  "@kie-tools/serverless-logic-web-tools" -> "@kie-tools-core/workspaces-git-fs" [ style = "solid", color = "black" ];
  "@kie-tools/serverless-logic-web-tools" -> "@kie-tools/cors-proxy" [ style = "solid", color = "black" ];
-   "@kie-tools/serverless-logic-web-tools" -> "@kie-tools/dashbuilder-editor" [ style = "solid", color = "black" ];
  "@kie-tools/serverless-logic-web-tools" -> "@kie-tools/runtime-tools-shared-enveloped-components" [ style = "solid", color = "black" ];
  "@kie-tools/serverless-logic-web-tools" -> "@kie-tools/runtime-tools-shared-webapp-components" [ style = "solid", color = "black" ];
  "@kie-tools/serverless-logic-web-tools" -> "@kie-tools/runtime-tools-swf-webapp-components" [ style = "solid", color = "black" ];
  "@kie-tools/serverless-logic-web-tools" -> "@kie-tools/text-editor" [ style = "solid", color = "black" ];
  "@kie-tools/serverless-logic-web-tools" -> "@kie-tools/yard-editor" [ style = "solid", color = "black" ];
-   "@kie-tools/serverless-logic-web-tools" -> "@kie-tools/dashbuilder-viewer-image-env" [ style = "dashed", color = "black" ];
  "@kie-tools/serverless-logic-web-tools" -> "@kie-tools/serverless-logic-web-tools-base-builder-image-env" [ style = "dashed", color = "black" ];
  "@kie-tools/serverless-logic-web-tools" -> "@kie-tools/serverless-logic-web-tools-swf-builder-image-env" [ style = "dashed", color = "black" ];
  "@kie-tools/serverless-logic-web-tools" -> "@kie-tools/serverless-logic-web-tools-swf-dev-mode-image-env" [ style = "dashed", color = "black" ];
  "@kie-tools/serverless-logic-web-tools" -> "@kie-tools/sonataflow-dev-app" [ style = "dashed", color = "black" ];
  "@kie-tools/serverless-logic-web-tools-base-builder-image" -> "@kie-tools/serverless-logic-web-tools-base-builder-image-env" [ style = "dashed", color = "black" ];
  "@kie-tools/serverless-logic-web-tools-base-builder-image" -> "@kie/kogito-base-builder-image" [ style = "dashed", color = "black" ];
  "@kie-tools/serverless-logic-web-tools-base-builder-image-env" -> "@kie-tools/root-env" [ style = "dashed", color = "black" ];
  "@kie-tools/serverless-logic-web-tools-swf-builder-image" -> "@kie-tools/serverless-logic-web-tools-swf-builder-image-env" [ style = "dashed", color = "black" ];
  "@kie-tools/serverless-logic-web-tools-swf-builder-image" -> "@kie-tools/serverless-logic-web-tools-swf-deployment-quarkus-app" [ style = "dashed", color = "black" ];
  "@kie-tools/serverless-logic-web-tools-swf-builder-image" -> "@kie-tools/sonataflow-builder-image" [ style = "dashed", color = "black" ];
  "@kie-tools/serverless-logic-web-tools-swf-builder-image" -> "sonataflow-deployment-webapp" [ style = "dashed", color = "black" ];
  "@kie-tools/serverless-logic-web-tools-swf-builder-image-env" -> "@kie-tools/root-env" [ style = "dashed", color = "black" ];
  "@kie-tools/serverless-logic-web-tools-swf-deployment-quarkus-app" -> "@kie-tools/sonataflow-quarkus-devui" [ style = "solid", color = "black" ];
  "@kie-tools/serverless-logic-web-tools-swf-dev-mode-image" -> "@kie-tools/maven-m2-repo-via-http-image" [ style = "dashed", color = "black" ];
  "@kie-tools/serverless-logic-web-tools-swf-dev-mode-image" -> "@kie-tools/serverless-logic-web-tools-swf-deployment-quarkus-app" [ style = "dashed", color = "black" ];
  "@kie-tools/serverless-logic-web-tools-swf-dev-mode-image" -> "@kie-tools/serverless-logic-web-tools-swf-dev-mode-image-env" [ style = "dashed", color = "black" ];
  "@kie-tools/serverless-logic-web-tools-swf-dev-mode-image" -> "@kie/kogito-base-builder-image" [ style = "dashed", color = "black" ];
  "@kie-tools/serverless-logic-web-tools-swf-dev-mode-image" -> "sonataflow-deployment-webapp" [ style = "dashed", color = "black" ];
  "@kie-tools/serverless-logic-web-tools-swf-dev-mode-image-env" -> "@kie-tools/root-env" [ style = "dashed", color = "black" ];
  "@kie-tools/serverless-workflow-combined-editor" -> "@kie-tools/serverless-workflow-diagram-editor-assets" [ style = "solid", color = "blue" ];
  "@kie-tools/serverless-workflow-combined-editor" -> "@kie-tools/serverless-workflow-text-editor" [ style = "solid", color = "blue" ];
-   "@kie-tools/serverless-workflow-dev-ui-monitoring-webapp" -> "@kie-tools/dashbuilder-client" [ style = "solid", color = "black" ];
  "@kie-tools/serverless-workflow-dev-ui-webapp" -> "@kie-tools/runtime-tools-shared-enveloped-components" [ style = "solid", color = "black" ];
  "@kie-tools/serverless-workflow-dev-ui-webapp" -> "@kie-tools/runtime-tools-shared-webapp-components" [ style = "solid", color = "black" ];
  "@kie-tools/serverless-workflow-dev-ui-webapp" -> "@kie-tools/runtime-tools-swf-webapp-components" [ style = "solid", color = "black" ];
-   "@kie-tools/serverless-workflow-dev-ui-webapp" -> "@kie-tools/serverless-workflow-dev-ui-monitoring-webapp" [ style = "solid", color = "black" ];
  "@kie-tools/serverless-workflow-dev-ui-webapp" -> "@kie-tools/sonataflow-dev-app" [ style = "dashed", color = "black" ];
  "@kie-tools/serverless-workflow-diagram-editor" -> "@kie-tools/maven-base" [ style = "solid", color = "black" ];
  "@kie-tools/serverless-workflow-diagram-editor-assets" -> "@kie-tools/serverless-workflow-diagram-editor" [ style = "dashed", color = "blue" ];
  "@kie-tools/serverless-workflow-diagram-editor-assets" -> "@kie-tools/serverless-workflow-diagram-editor-envelope" [ style = "dashed", color = "blue" ];
  "@kie-tools/serverless-workflow-diagram-editor-envelope" -> "@kie-tools/kie-bc-editors-common" [ style = "solid", color = "blue" ];
  "@kie-tools/serverless-workflow-editor" -> "@kie-tools-core/operating-system" [ style = "solid", color = "blue" ];
  "@kie-tools/serverless-workflow-editor" -> "@kie-tools-core/patternfly-base" [ style = "solid", color = "blue" ];
  "@kie-tools/serverless-workflow-editor" -> "@kie-tools-core/react-hooks" [ style = "solid", color = "blue" ];
  "@kie-tools/serverless-workflow-editor" -> "@kie-tools-core/switch-expression-ts" [ style = "solid", color = "blue" ];
  "@kie-tools/serverless-workflow-editor" -> "@kie-tools/i18n-common-dictionary" [ style = "solid", color = "blue" ];
  "@kie-tools/serverless-workflow-editor" -> "@kie-tools/xml-parser-ts" [ style = "solid", color = "blue" ];
  "@kie-tools/serverless-workflow-editor" -> "@kie-tools/playwright-base" [ style = "dashed", color = "blue" ];
  "@kie-tools/serverless-workflow-editor" -> "@kie-tools/storybook-base" [ style = "dashed", color = "blue" ];
  "@kie-tools/serverless-workflow-jq-expressions" -> "@kie-tools/serverless-workflow-service-catalog" [ style = "solid", color = "blue" ];
  "@kie-tools/serverless-workflow-language-service" -> "@kie-tools/json-yaml-language-service" [ style = "solid", color = "blue" ];
  "@kie-tools/serverless-workflow-language-service" -> "@kie-tools/serverless-workflow-jq-expressions" [ style = "solid", color = "blue" ];
  "@kie-tools/serverless-workflow-service-catalog" -> "@kie-tools-core/envelope-bus" [ style = "solid", color = "blue" ];
  "@kie-tools/serverless-workflow-standalone-editor" -> "@kie-tools/serverless-workflow-combined-editor" [ style = "dashed", color = "blue" ];
  "@kie-tools/serverless-workflow-text-editor" -> "@kie-tools-core/editor" [ style = "solid", color = "blue" ];
  "@kie-tools/serverless-workflow-text-editor" -> "@kie-tools/serverless-workflow-language-service" [ style = "solid", color = "blue" ];
  "@kie-tools/serverless-workflow-text-editor" -> "@kie-tools-core/webpack-base" [ style = "dashed", color = "blue" ];
  "swf-vscode-extension" -> "@kie-tools-core/vscode-extension" [ style = "solid", color = "blue" ];
  "swf-vscode-extension" -> "@kie-tools/serverless-workflow-language-service" [ style = "solid", color = "blue" ];
  "swf-vscode-extension" -> "@kie-tools-core/webpack-base" [ style = "dashed", color = "blue" ];
  "swf-vscode-extension" -> "@kie-tools/serverless-workflow-diagram-editor-assets" [ style = "dashed", color = "blue" ];
  "swf-vscode-extension" -> "@kie-tools/vscode-extension-common-test-helpers" [ style = "dashed", color = "blue" ];
  "@kie-tools/sonataflow-builder-image" -> "@kie-tools/maven-m2-repo-via-http-image" [ style = "dashed", color = "black" ];
  "@kie-tools/sonataflow-builder-image" -> "@kie/kogito-images-install-helper" [ style = "dashed", color = "black" ];
  "sonataflow-deployment-webapp" -> "@kie-tools-core/react-hooks" [ style = "solid", color = "blue" ];
  "sonataflow-deployment-webapp" -> "@kie-tools/runtime-tools-shared-webapp-components" [ style = "solid", color = "blue" ];
  "sonataflow-deployment-webapp" -> "@kie-tools/runtime-tools-swf-webapp-components" [ style = "solid", color = "blue" ];
  "sonataflow-deployment-webapp" -> "@kie-tools/sonataflow-dev-app" [ style = "dashed", color = "blue" ];
  "@kie-tools/sonataflow-dev-app" -> "@kie-tools/eslint" [ style = "dashed", color = "black" ];
  "@kie-tools/sonataflow-dev-app" -> "@kie-tools/root-env" [ style = "dashed", color = "black" ];
  "@kie-tools/sonataflow-devmode-image" -> "@kie-tools/maven-m2-repo-via-http-image" [ style = "dashed", color = "black" ];
  "@kie-tools/sonataflow-devmode-image" -> "@kie-tools/sonataflow-quarkus-devui" [ style = "dashed", color = "black" ];
  "@kie-tools/sonataflow-devmode-image" -> "@kie/kogito-images-install-helper" [ style = "dashed", color = "black" ];
  "@kie-tools/sonataflow-image-common" -> "@kie-tools/kogito-data-index-webapp" [ style = "solid", color = "black" ];
  "@kie-tools/sonataflow-image-common" -> "@kie-tools/kogito-jobs-service-webapp" [ style = "solid", color = "black" ];
  "@kie-tools/sonataflow-image-common" -> "@kie-tools/python-venv" [ style = "dashed", color = "black" ];
  "@kie-tools/sonataflow-management-console-image" -> "@kie-tools/image-env-to-json" [ style = "dashed", color = "black" ];
  "@kie-tools/sonataflow-management-console-image" -> "@kie-tools/sonataflow-image-common" [ style = "dashed", color = "black" ];
  "@kie-tools/sonataflow-management-console-image" -> "@kie-tools/sonataflow-management-console-image-env" [ style = "dashed", color = "black" ];
  "@kie-tools/sonataflow-management-console-image" -> "@kie-tools/sonataflow-management-console-webapp" [ style = "dashed", color = "black" ];
  "@kie-tools/sonataflow-management-console-image-env" -> "@kie-tools/root-env" [ style = "dashed", color = "black" ];
  "@kie-tools/sonataflow-management-console-webapp" -> "@kie-tools/runtime-tools-process-webapp-components" [ style = "solid", color = "blue" ];
  "@kie-tools/sonataflow-management-console-webapp" -> "@kie-tools/runtime-tools-shared-enveloped-components" [ style = "solid", color = "blue" ];
  "@kie-tools/sonataflow-management-console-webapp" -> "@kie-tools/runtime-tools-shared-webapp-components" [ style = "solid", color = "blue" ];
  "@kie-tools/sonataflow-management-console-webapp" -> "@kie-tools/runtime-tools-swf-webapp-components" [ style = "solid", color = "blue" ];
  "@kie-tools/sonataflow-management-console-webapp" -> "@kie-tools/sonataflow-dev-app" [ style = "dashed", color = "blue" ];
  "@kie-tools/sonataflow-operator" -> "@kie-tools/kogito-db-migrator-tool-image" [ style = "dashed", color = "black" ];
  "@kie-tools/sonataflow-operator" -> "@kie-tools/sonataflow-builder-image" [ style = "dashed", color = "black" ];
  "@kie-tools/sonataflow-operator" -> "@kie-tools/sonataflow-devmode-image" [ style = "dashed", color = "black" ];
  "@kie-tools/sonataflow-operator" -> "@kie/kogito-data-index-ephemeral-image" [ style = "dashed", color = "black" ];
  "@kie-tools/sonataflow-operator" -> "@kie/kogito-data-index-postgresql-image" [ style = "dashed", color = "black" ];
  "@kie-tools/sonataflow-operator" -> "@kie/kogito-jobs-service-ephemeral-image" [ style = "dashed", color = "black" ];
  "@kie-tools/sonataflow-operator" -> "@kie/kogito-jobs-service-postgresql-image" [ style = "dashed", color = "black" ];
  "@kie-tools/sonataflow-quarkus-devui" -> "@kie-tools/serverless-workflow-dev-ui-webapp" [ style = "dashed", color = "black" ];
  "@kie-tools/sonataflow-uniforms" -> "@kie-tools/uniforms-patternfly" [ style = "solid", color = "blue" ];
  "@kie-tools/storybook-base" -> "@kie-tools-core/webpack-base" [ style = "dashed", color = "blue" ];
  "@kie-tools/storybook-base" -> "@kie-tools/eslint" [ style = "dashed", color = "blue" ];
  "@kie-tools/storybook-base" -> "@kie-tools/tsconfig" [ style = "dashed", color = "blue" ];
  "@kie-tools-core/switch-expression-ts" -> "@kie-tools/eslint" [ style = "dashed", color = "purple" ];
  "@kie-tools-core/switch-expression-ts" -> "@kie-tools/jest-base" [ style = "dashed", color = "purple" ];
  "@kie-tools-core/switch-expression-ts" -> "@kie-tools/tsconfig" [ style = "dashed", color = "purple" ];
  "@kie-tools/text-editor" -> "@kie-tools-core/editor" [ style = "solid", color = "blue" ];
  "@kie-tools/text-editor" -> "@kie-tools-core/monaco-editor" [ style = "solid", color = "blue" ];
  "@kie-tools/uniforms-patternfly" -> "@kie-tools/eslint" [ style = "dashed", color = "blue" ];
  "@kie-tools/uniforms-patternfly" -> "@kie-tools/jest-base" [ style = "dashed", color = "blue" ];
  "@kie-tools/uniforms-patternfly" -> "@kie-tools/tsconfig" [ style = "dashed", color = "blue" ];
  "@kie-tools-core/vscode-extension" -> "@kie-tools-core/editor" [ style = "solid", color = "purple" ];
  "@kie-tools-core/vscode-extension" -> "@kie-tools-core/vscode-java-code-completion" [ style = "solid", color = "purple" ];
  "@kie-tools/vscode-extension-common-test-helpers" -> "@kie-tools/tsconfig" [ style = "dashed", color = "blue" ];
  "@kie-tools-core/vscode-java-code-completion" -> "@kie-tools/eslint" [ style = "dashed", color = "purple" ];
  "@kie-tools-core/vscode-java-code-completion" -> "@kie-tools/root-env" [ style = "dashed", color = "purple" ];
  "@kie-tools-core/vscode-java-code-completion" -> "@kie-tools/tsconfig" [ style = "dashed", color = "purple" ];
  "@kie-tools/vscode-java-code-completion-extension-plugin" -> "@kie-tools/maven-base" [ style = "solid", color = "black" ];
  "@kie-tools-core/webpack-base" -> "@kie-tools/root-env" [ style = "dashed", color = "black" ];
  "@kie-tools-core/workspace" -> "@kie-tools-core/operating-system" [ style = "solid", color = "purple" ];
  "@kie-tools-core/workspaces-git-fs" -> "@kie-tools-core/envelope-bus" [ style = "solid", color = "purple" ];
  "@kie-tools-core/workspaces-git-fs" -> "@kie-tools-core/react-hooks" [ style = "solid", color = "purple" ];
  "@kie-tools-core/workspaces-git-fs" -> "@kie-tools-core/workspace" [ style = "solid", color = "purple" ];
  "@kie-tools-core/workspaces-git-fs" -> "@kie-tools/cors-proxy-api" [ style = "solid", color = "purple" ];
  "@kie-tools-core/workspaces-git-fs" -> "@kie-tools/kie-sandbox-fs" [ style = "solid", color = "purple" ];
  "@kie-tools/xml-parser-ts" -> "@kie-tools/eslint" [ style = "dashed", color = "blue" ];
  "@kie-tools/xml-parser-ts" -> "@kie-tools/jest-base" [ style = "dashed", color = "blue" ];
  "@kie-tools/xml-parser-ts" -> "@kie-tools/tsconfig" [ style = "dashed", color = "blue" ];
  "@kie-tools/xml-parser-ts-codegen" -> "@kie-tools/xml-parser-ts" [ style = "solid", color = "blue" ];
  "@kie-tools/xyflow-react-kie-diagram" -> "@kie-tools-core/operating-system" [ style = "solid", color = "blue" ];
  "@kie-tools/xyflow-react-kie-diagram" -> "@kie-tools-core/switch-expression-ts" [ style = "solid", color = "blue" ];
  "@kie-tools/xyflow-react-kie-diagram" -> "@kie-tools/i18n-common-dictionary" [ style = "dashed", color = "blue" ];
  "@kie-tools/xyflow-react-kie-diagram" -> "@kie-tools/xml-parser-ts" [ style = "dashed", color = "blue" ];
  "@kie-tools/yaml-language-server" -> "@kie-tools/eslint" [ style = "dashed", color = "blue" ];
  "@kie-tools/yaml-language-server" -> "@kie-tools/jest-base" [ style = "dashed", color = "blue" ];
  "@kie-tools/yaml-language-server" -> "@kie-tools/tsconfig" [ style = "dashed", color = "blue" ];
  "@kie-tools/yard-editor" -> "@kie-tools-core/editor" [ style = "solid", color = "blue" ];
  "@kie-tools/yard-editor" -> "@kie-tools/i18n-common-dictionary" [ style = "solid", color = "blue" ];
  "@kie-tools/yard-editor" -> "@kie-tools/yard-language-service" [ style = "solid", color = "blue" ];
  "@kie-tools/yard-editor" -> "@kie-tools-core/webpack-base" [ style = "dashed", color = "blue" ];
  "@kie-tools/yard-editor" -> "@kie-tools/yard-validator" [ style = "dashed", color = "blue" ];
  "@kie-tools/yard-language-service" -> "@kie-tools/json-yaml-language-service" [ style = "solid", color = "blue" ];
  "@kie-tools/yard-model" -> "@kie-tools/maven-base" [ style = "solid", color = "black" ];
  "@kie-tools/yard-validator" -> "@kie-tools-core/notifications" [ style = "solid", color = "blue" ];
  "@kie-tools/yard-validator" -> "@kie-tools/yard-validator-worker" [ style = "dashed", color = "blue" ];
  "@kie-tools/yard-validator-worker" -> "@kie-tools/yard-model" [ style = "solid", color = "black" ];
  "yard-vscode-extension" -> "@kie-tools-core/vscode-extension" [ style = "solid", color = "blue" ];
  "yard-vscode-extension" -> "@kie-tools/yard-editor" [ style = "solid", color = "blue" ];
  "yard-vscode-extension" -> "@kie-tools/vscode-extension-common-test-helpers" [ style = "dashed", color = "blue" ];
  "@kie-tools-scripts/bootstrap" -> "@kie-tools-scripts/build-env" [ style = "dashed", color = "black" ];
  "@kie-tools-scripts/build-env" -> "@kie-tools/tsconfig" [ style = "dashed", color = "blue" ];
  "@kie-tools-scripts/run-script-if" -> "@kie-tools/tsconfig" [ style = "dashed", color = "blue" ];
}
